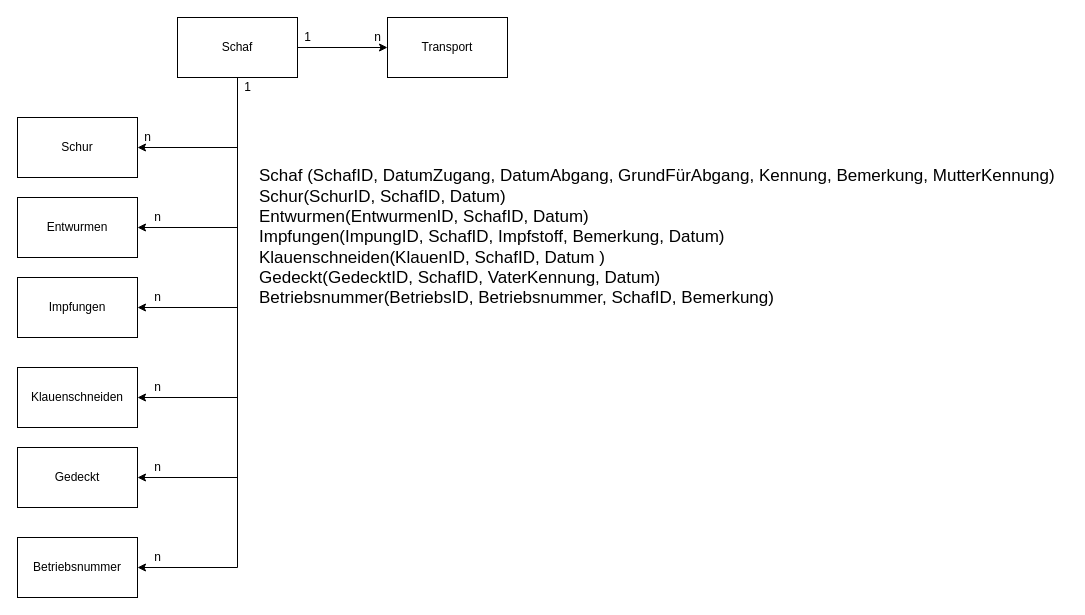
Before: docs/ERM-DB.drawio in 0815-edv/Bestandsregister, a draw.io diagram. Source tidied: cells renumbered, new cells numbered last; positions are measured from the earlier drawing's top-left corner, leaving out a move shared by most shapes. Both pictures are drawn from the tidied source at 100%, with x=0, y=0 at pixel (17, 17).
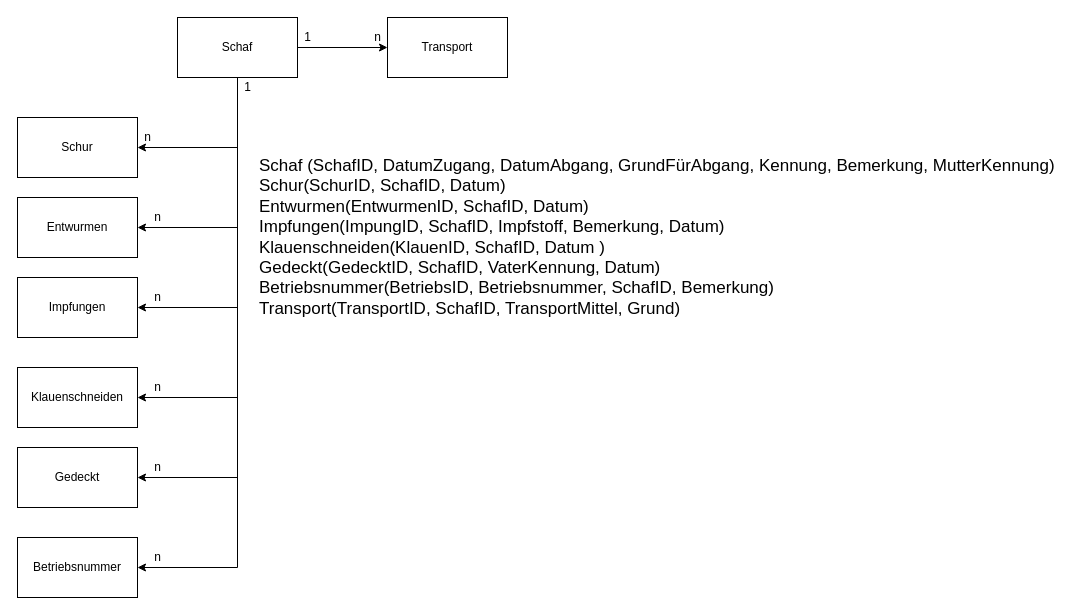
Above is the later version.

Diff of the diagram source:
```diff
@@
-    <mxCell id="23" value="&lt;font style=&quot;font-size: 17px&quot;&gt;Schaf (SchafID, DatumZugang, DatumAbgang, GrundFürAbgang, Kennung, Bemerkung, MutterKennung)&lt;br&gt;Schur(SchurID, SchafID, Datum)&lt;br&gt;Entwurmen(EntwurmenID, SchafID, Datum)&lt;br&gt;Impfungen(ImpungID, SchafID, Impfstoff, Bemerkung, Datum)&lt;br&gt;Klauenschneiden(KlauenID, SchafID, Datum )&lt;br&gt;Gedeckt(GedecktID, SchafID, VaterKennung, Datum)&lt;br&gt;Betriebsnummer(BetriebsID, Betriebsnummer, SchafID, Bemerkung)&lt;br&gt;&lt;/font&gt;" style="text;html=1;align=left;verticalAlign=middle;" parent="1" vertex="1">
-      <mxGeometry x="240" y="165" width="810" height="110" as="geometry" />
+    <mxCell id="23" value="&lt;font style=&quot;font-size: 17px&quot;&gt;Schaf (SchafID, DatumZugang, DatumAbgang, GrundFürAbgang, Kennung, Bemerkung, MutterKennung)&lt;br&gt;Schur(SchurID, SchafID, Datum)&lt;br&gt;Entwurmen(EntwurmenID, SchafID, Datum)&lt;br&gt;Impfungen(ImpungID, SchafID, Impfstoff, Bemerkung, Datum)&lt;br&gt;Klauenschneiden(KlauenID, SchafID, Datum )&lt;br&gt;Gedeckt(GedecktID, SchafID, VaterKennung, Datum)&lt;br&gt;Betriebsnummer(BetriebsID, Betriebsnummer, SchafID, Bemerkung)&lt;br&gt;Transport(TransportID, SchafID, TransportMittel, Grund)&lt;br&gt;&lt;/font&gt;" style="text;html=1;align=left;verticalAlign=middle;" parent="1" vertex="1">
+      <mxGeometry x="240" y="155" width="810" height="130" as="geometry" />
     </mxCell>
```
